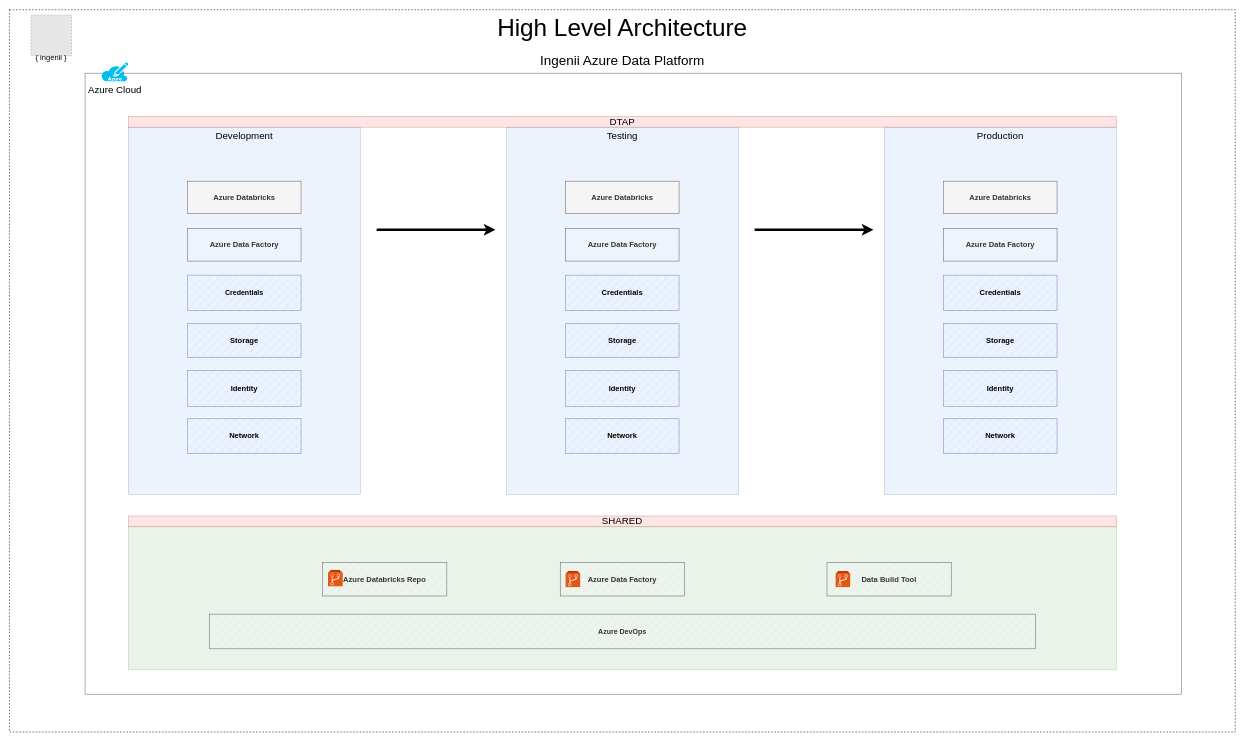
rising-star92/python-azure-data-paltform keeps this draw.io diagram as docs/assets/adp-design-infra-environments.drawio. Above is the earlier version. Source tidied: cells renumbered, new cells numbered last; positions are measured from the earlier drawing's top-left corner, leaving out a move shared by most shapes. Both pictures are drawn from the tidied source at 54%, with x=0, y=0 at pixel (9, 9). Pictures stored in the file or linked from it are replaced by grey dashed boxes.
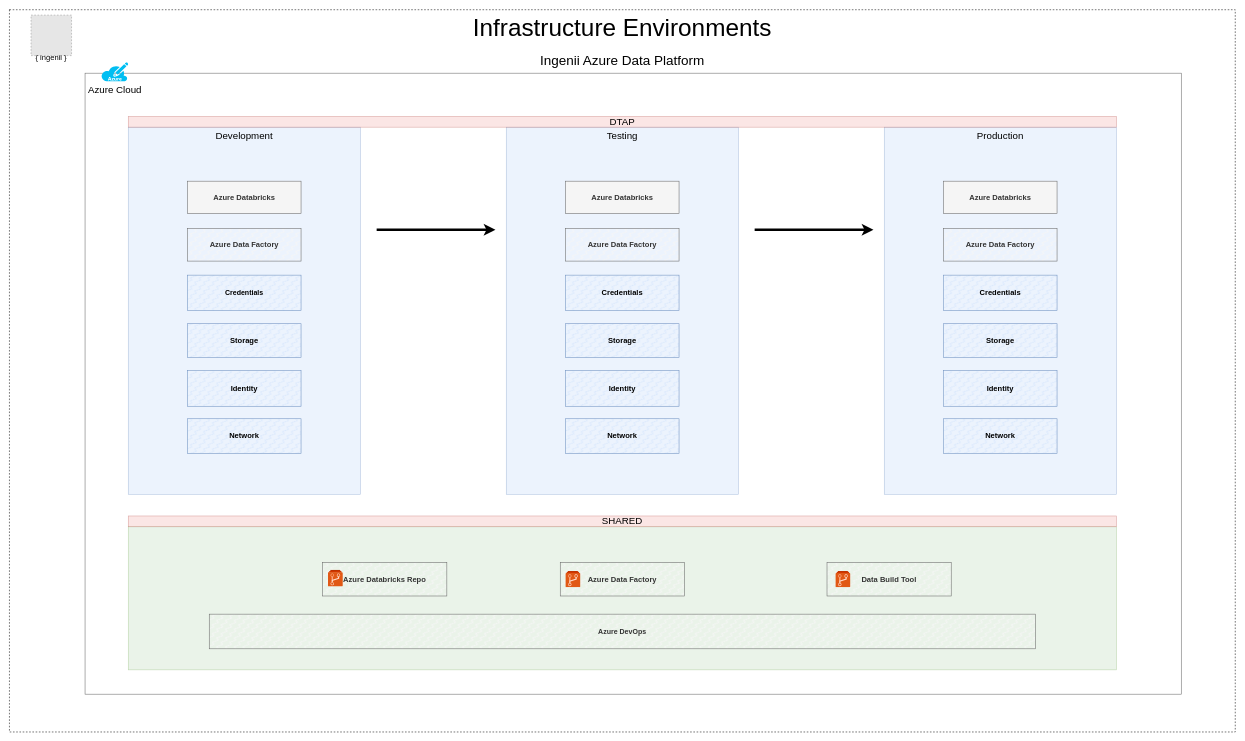
Above is the later version.

Diff of the diagram source:
```diff
@@
-    <mxCell id="2" value="High Level Architecture&lt;br&gt;&lt;font style=&quot;font-size: 25px&quot;&gt;Ingenii Azure Data Platform&lt;/font&gt;" style="rounded=0;whiteSpace=wrap;html=1;dashed=1;labelBackgroundColor=none;sketch=0;fontSize=45;align=center;verticalAlign=top;" parent="1" vertex="1">
+    <mxCell id="2" value="Infrastructure Environments&lt;br&gt;&lt;font style=&quot;font-size: 25px&quot;&gt;Ingenii Azure Data Platform&lt;/font&gt;" style="rounded=0;whiteSpace=wrap;html=1;dashed=1;labelBackgroundColor=none;sketch=0;fontSize=45;align=center;verticalAlign=top;" parent="1" vertex="1">
       <mxGeometry y="0.5" width="2270" height="1337.5" as="geometry" />
     </mxCell>
```
